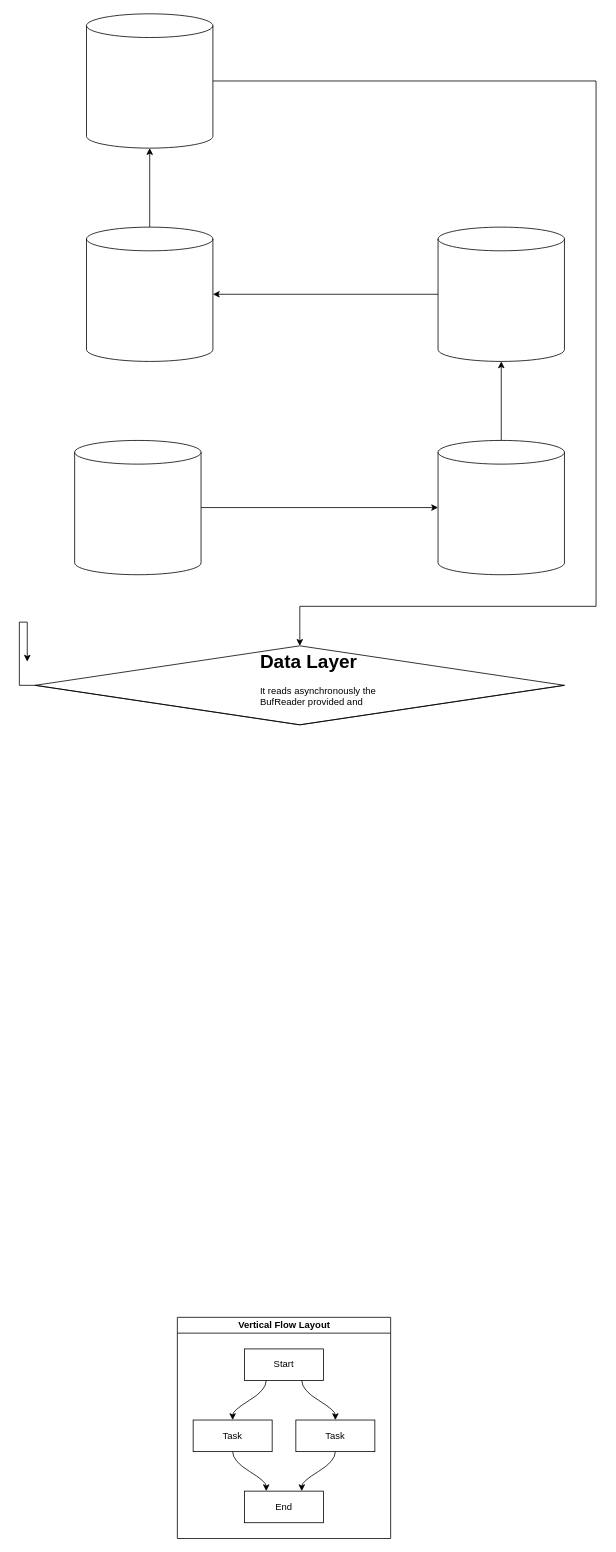
Before: ressources/Untitled Diagram.drawio in CASALS-Joaquim/interpreter, a draw.io diagram. Source tidied: cells renumbered, new cells numbered last; positions are measured from the earlier drawing's top-left corner, leaving out a move shared by most shapes. Both pictures are drawn from the tidied source at 79%, with x=0, y=0 at pixel (19, 13).
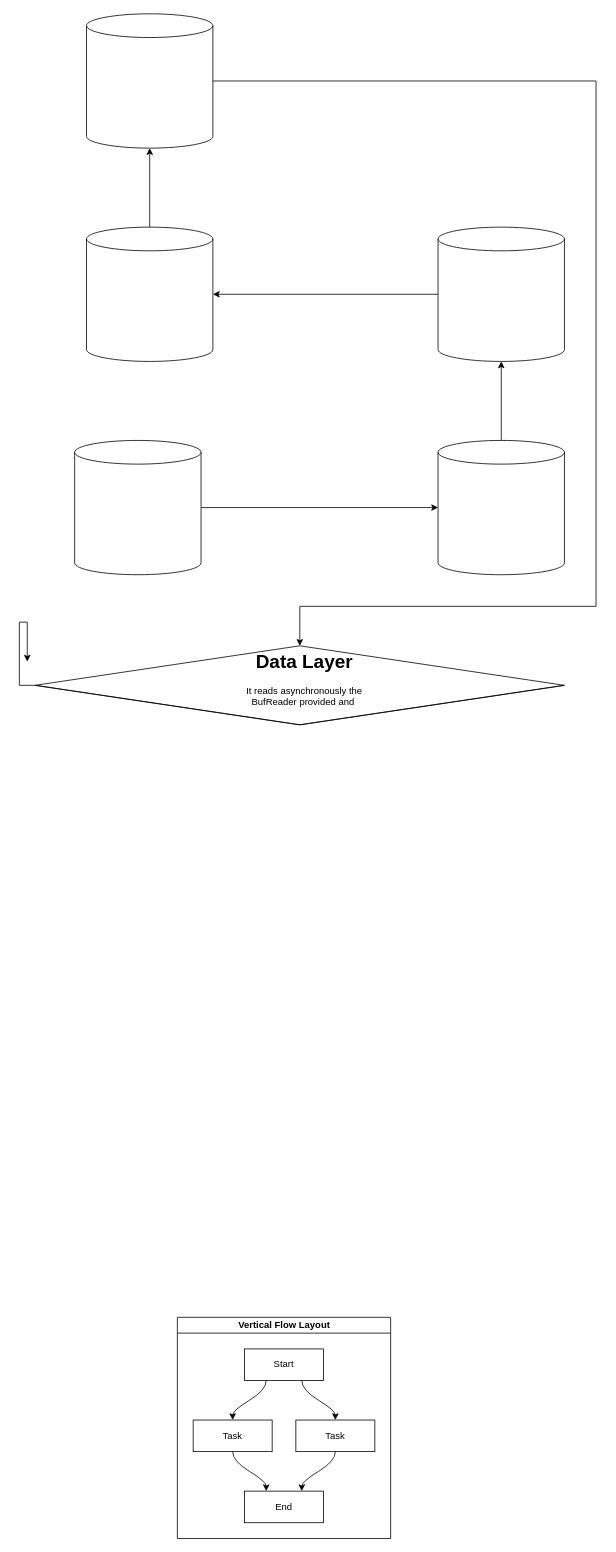
The same page after the edit.

What changed in the source:
```diff
@@
-    <mxCell id="23" value="&lt;h1&gt;Data Layer&lt;/h1&gt;&lt;div&gt;It reads asynchronously the BufReader provided and&lt;/div&gt;" style="text;html=1;strokeColor=none;fillColor=none;spacing=5;spacingTop=-20;whiteSpace=wrap;overflow=hidden;rounded=0;" parent="1" vertex="1">
-      <mxGeometry x="300" y="800" width="190" height="120" as="geometry" />
+    <mxCell id="23" value="&lt;h1 style=&quot;text-align: center&quot;&gt;Data Layer&lt;/h1&gt;&lt;div style=&quot;text-align: center&quot;&gt;It reads asynchronously the BufReader provided and&amp;nbsp;&lt;/div&gt;" style="text;html=1;strokeColor=none;fillColor=none;spacing=5;spacingTop=-20;whiteSpace=wrap;overflow=hidden;rounded=0;" parent="1" vertex="1">
+      <mxGeometry x="280" y="800" width="160" height="120" as="geometry" />
     </mxCell>
```
